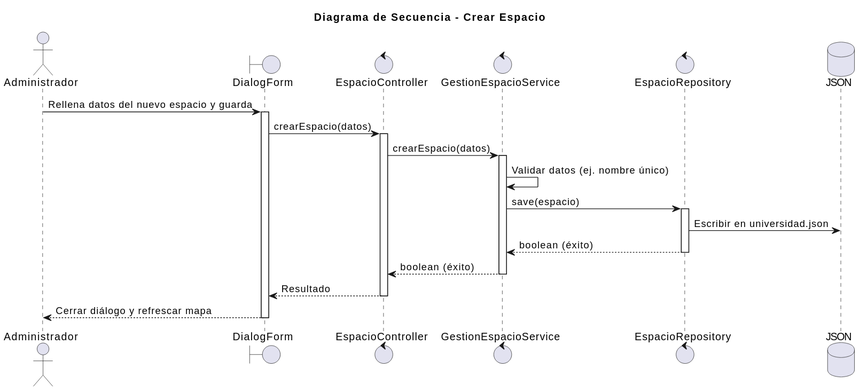
The PlantUML diagram images/02-diseño/00-Administrador/crearEspacio/crearEspacio.svg in mmasias/25-26-idsw2-sdVC, before a commit.
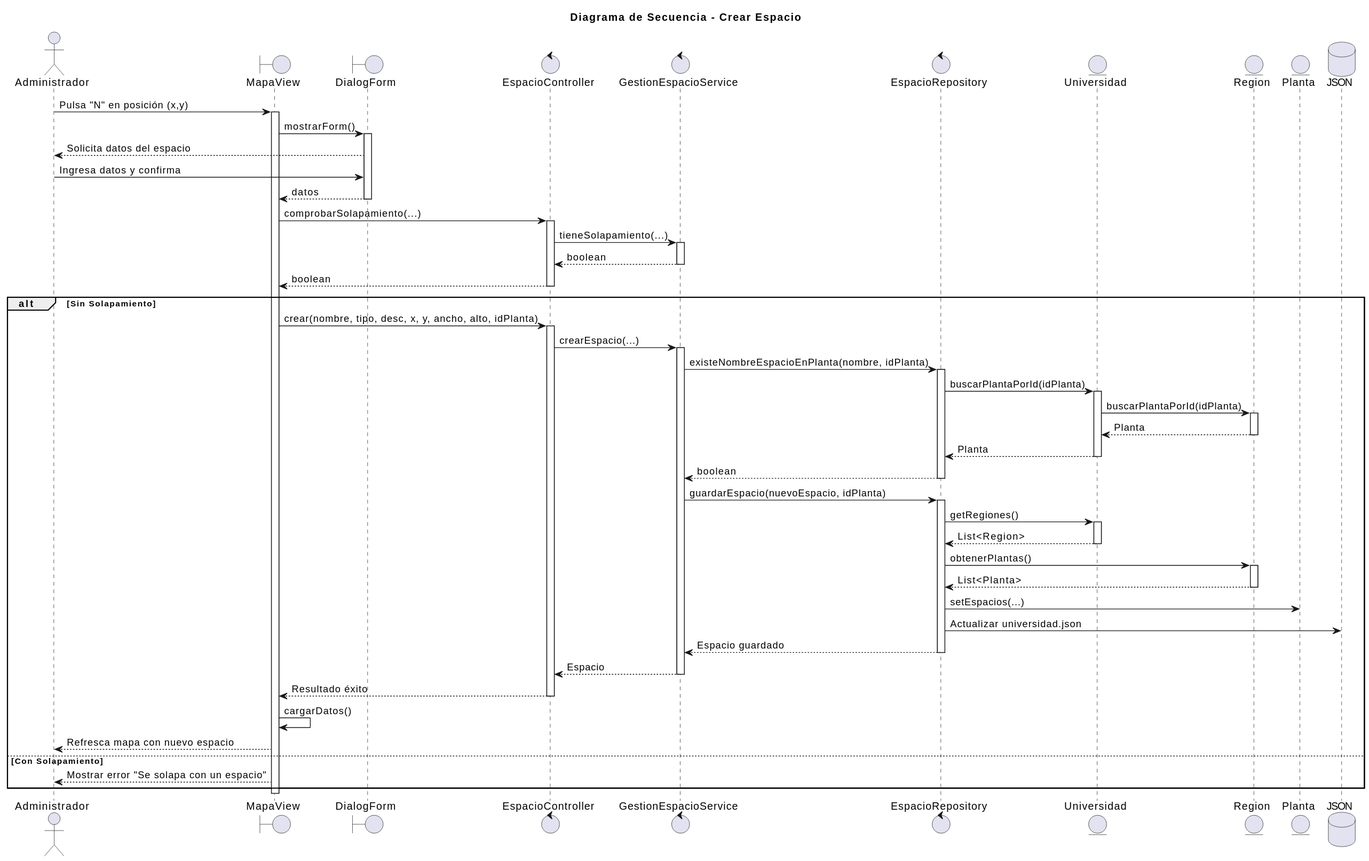
Later version of the same file.

What changed in the source:
```diff
@@ -2,28 +2,78 @@
 title "Diagrama de Secuencia - Crear Espacio"
 
 actor "Administrador" as admin
-boundary "DialogForm" as view
+boundary "MapaView" as view
+boundary "DialogForm" as form
 control "EspacioController" as controller
 control "GestionEspacioService" as service
 control "EspacioRepository" as repository
+entity "Universidad" as uni
+entity "Region" as reg
+entity "Planta" as floor
 database "JSON" as db
 
-admin -> view: Rellena datos del nuevo espacio y guarda
+admin -> view: Pulsa "N" en posición (x,y)
 activate view
-view -> controller: crearEspacio(datos)
+view -> form: mostrarForm()
+activate form
+form --> admin: Solicita datos del espacio
+admin -> form: Ingresa datos y confirma
+form --> view: datos
+deactivate form
+
+view -> controller: comprobarSolapamiento(...)
 activate controller
-controller -> service: crearEspacio(datos)
+controller -> service: tieneSolapamiento(...)
 activate service
-service -> service: Validar datos (ej. nombre único)
-service -> repository: save(espacio)
-activate repository
-repository -> db: Escribir en universidad.json
-repository --> service: boolean (éxito)
-deactivate repository
-service --> controller: boolean (éxito)
+service --> controller: boolean
 deactivate service
-controller --> view: Resultado
+controller --> view: boolean
 deactivate controller
-view --> admin: Cerrar diálogo y refrescar mapa
+
+alt Sin Solapamiento
+    view -> controller: crear(nombre, tipo, desc, x, y, ancho, alto, idPlanta)
+    activate controller
+    controller -> service: crearEspacio(...)
+    activate service
+
+    service -> repository: existeNombreEspacioEnPlanta(nombre, idPlanta)
+    activate repository
+    repository -> uni: buscarPlantaPorId(idPlanta)
+    activate uni
+    uni -> reg: buscarPlantaPorId(idPlanta)
+    activate reg
+    reg --> uni: Planta
+    deactivate reg
+    uni --> repository: Planta
+    deactivate uni
+    repository --> service: boolean
+    deactivate repository
+
+    service -> repository: guardarEspacio(nuevoEspacio, idPlanta)
+    activate repository
+    repository -> uni: getRegiones()
+    activate uni
+    uni --> repository: List<Region>
+    deactivate uni
+    repository -> reg: obtenerPlantas()
+    activate reg
+    reg --> repository: List<Planta>
+    deactivate reg
+    repository -> floor: setEspacios(...)
+    repository -> db: Actualizar universidad.json
+    repository --> service: Espacio guardado
+    deactivate repository
+
+    service --> controller: Espacio
+    deactivate service
+    controller --> view: Resultado éxito
+    deactivate controller
+
+    view -> view: cargarDatos()
+    view --> admin: Refresca mapa con nuevo espacio
+else Con Solapamiento
+    view --> admin: Mostrar error "Se solapa con un espacio"
+end
+
 deactivate view
 @enduml
```
